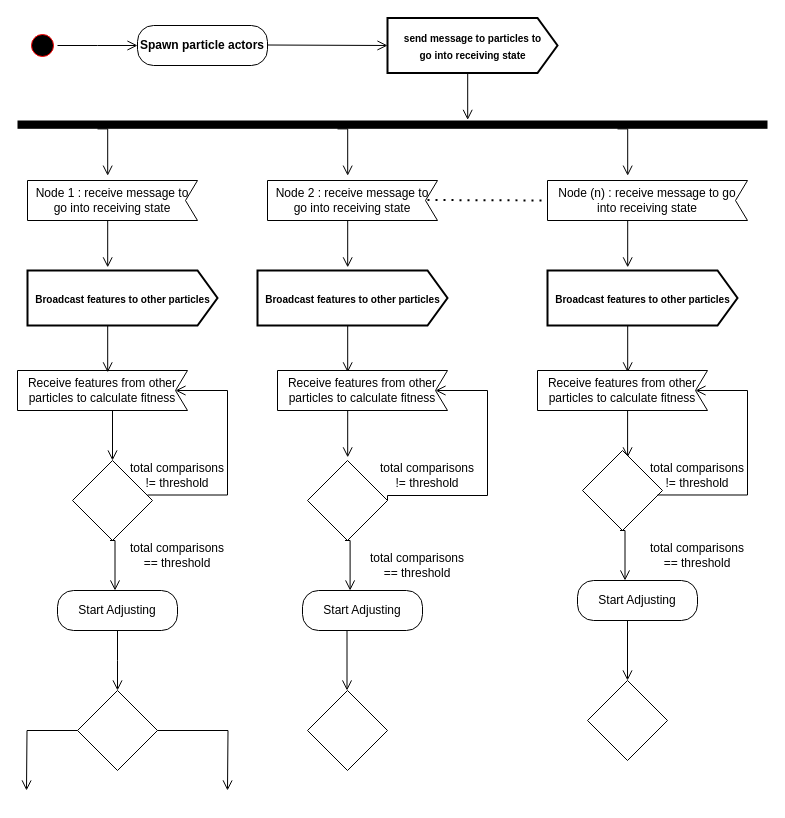
Earlier version of the draw.io diagram PSO activity Diagram.drawio (vanelopethecoder/som-basic). Source tidied: cells renumbered, new cells numbered last; positions are measured from the earlier drawing's top-left corner, leaving out a move shared by most shapes. Both pictures are drawn from the tidied source at 100%, with x=0, y=0 at pixel (17, 18).
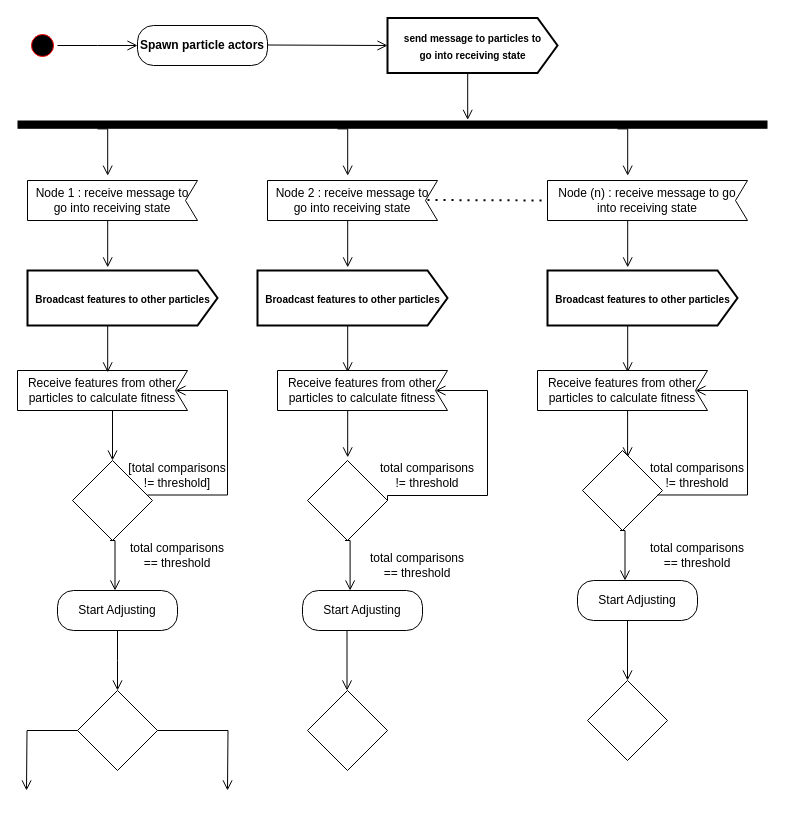
The same diagram, later.

What changed in the source:
```diff
@@
-    <mxCell id="52" value="total comparisons != threshold" style="text;html=1;strokeColor=none;fillColor=none;align=center;verticalAlign=middle;whiteSpace=wrap;rounded=0;" parent="1" vertex="1">
+    <mxCell id="52" value="[total comparisons != threshold]" style="text;html=1;strokeColor=none;fillColor=none;align=center;verticalAlign=middle;whiteSpace=wrap;rounded=0;" parent="1" vertex="1">
       <mxGeometry x="110" y="442" width="100" height="30" as="geometry" />
     </mxCell>
```
